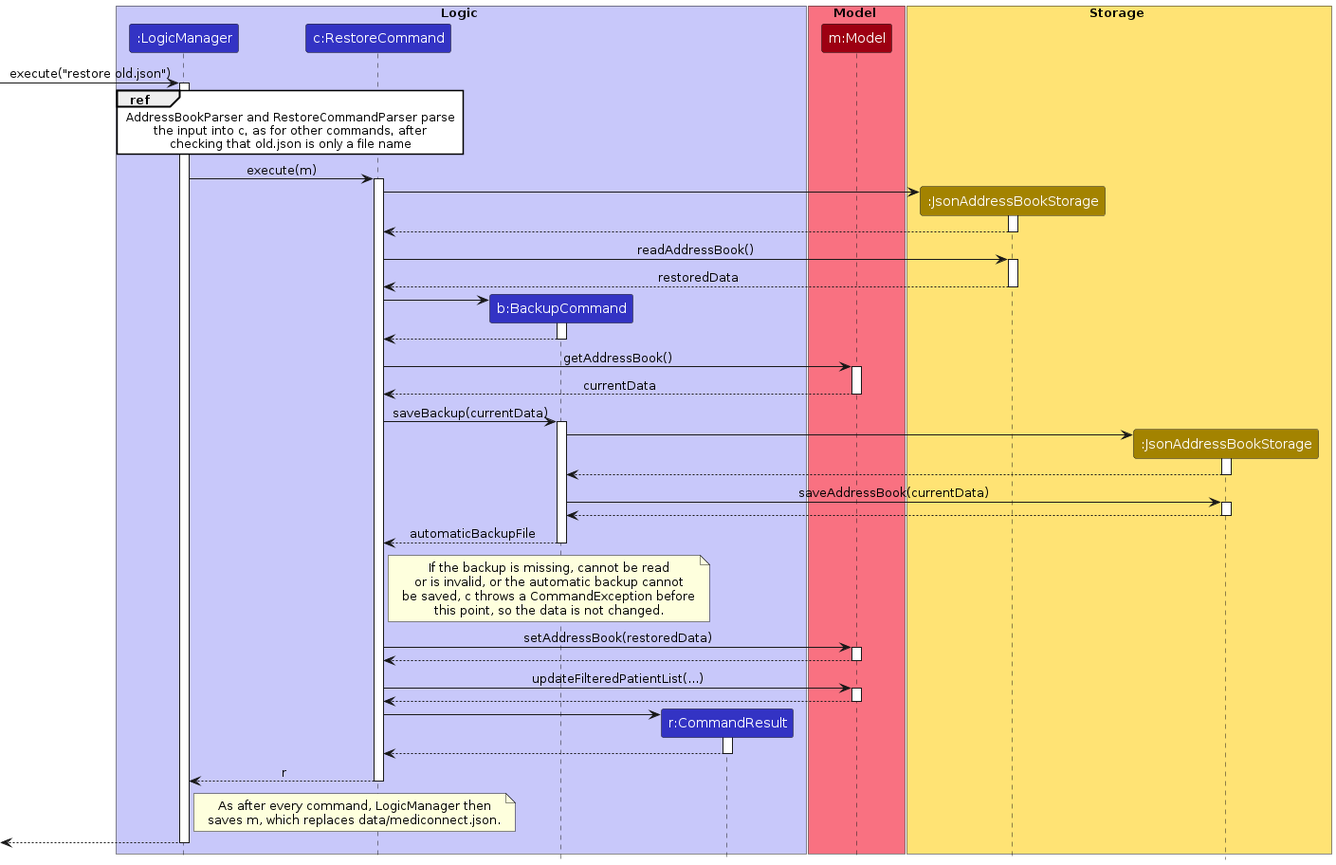
Earlier version of the PlantUML export diagrams/RestoreSequenceDiagram.png (AY2627S1-CS2103T-W08-1/tp). Its source is kept beside it as diagrams/RestoreSequenceDiagram.puml.
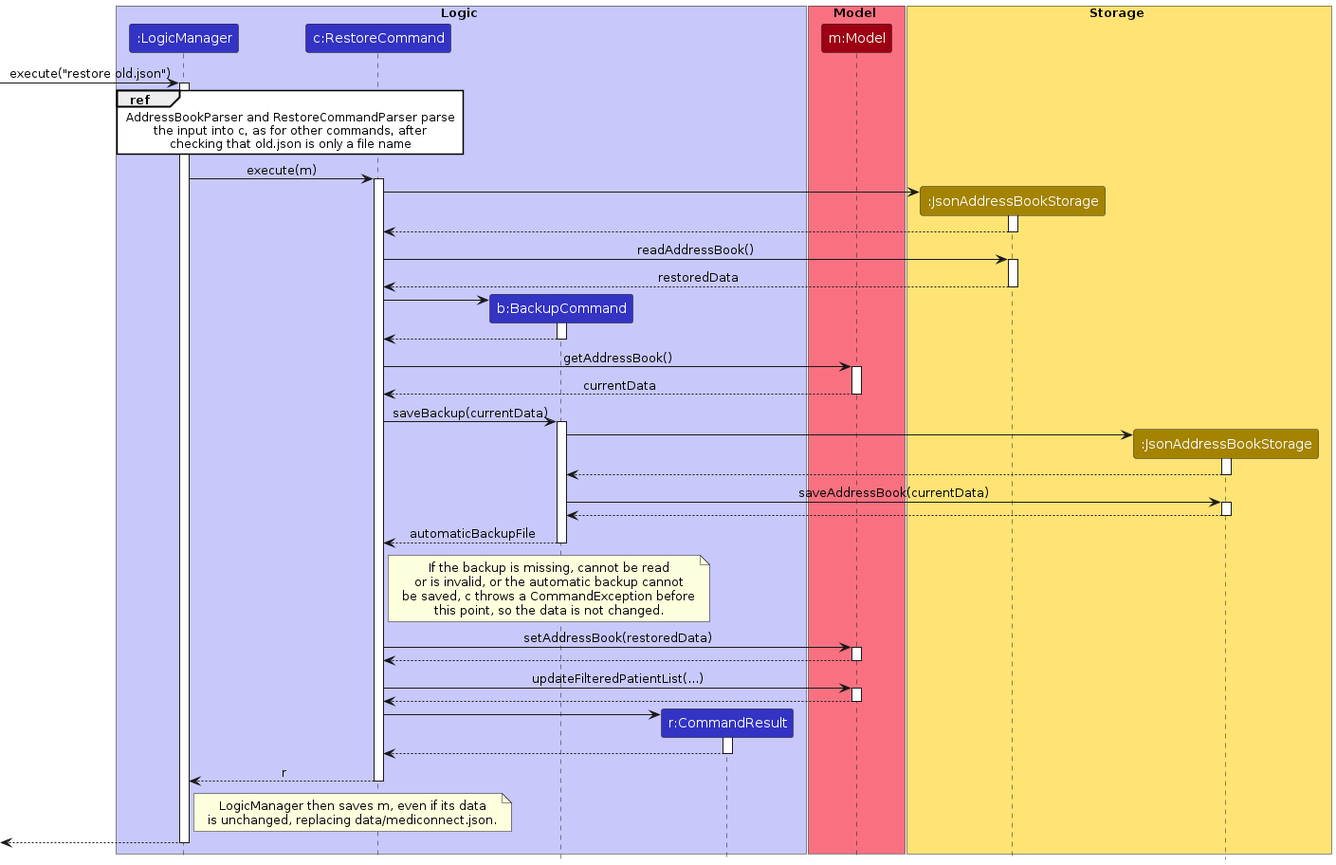
Later version of the same file.

The edit, as a diff of the source:
```diff
@@ -106,8 +106,8 @@
 deactivate RestoreCommand
 
 note right of LogicManager
-As after every command, LogicManager then
-saves m, which replaces data/mediconnect.json.
+LogicManager then saves m, even if its data
+is unchanged, replacing data/mediconnect.json.
 end note
 
 [<-- LogicManager
```
